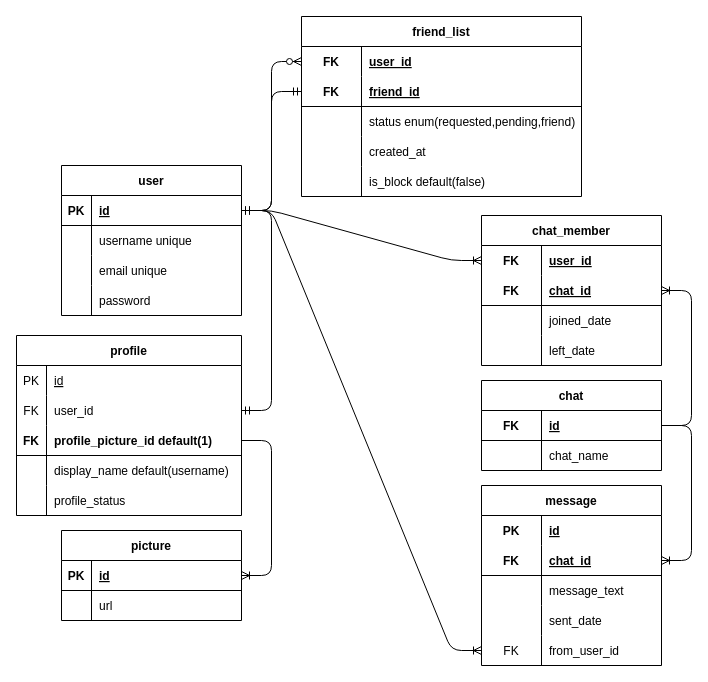
Earlier version of the draw.io diagram schema.drawio (papinwit-l/cc18_personal_project). Source tidied: cells renumbered, new cells numbered last; positions are measured from the earlier drawing's top-left corner, leaving out a move shared by most shapes. Both pictures are drawn from the tidied source at 100%, with x=0, y=0 at pixel (16, 16).
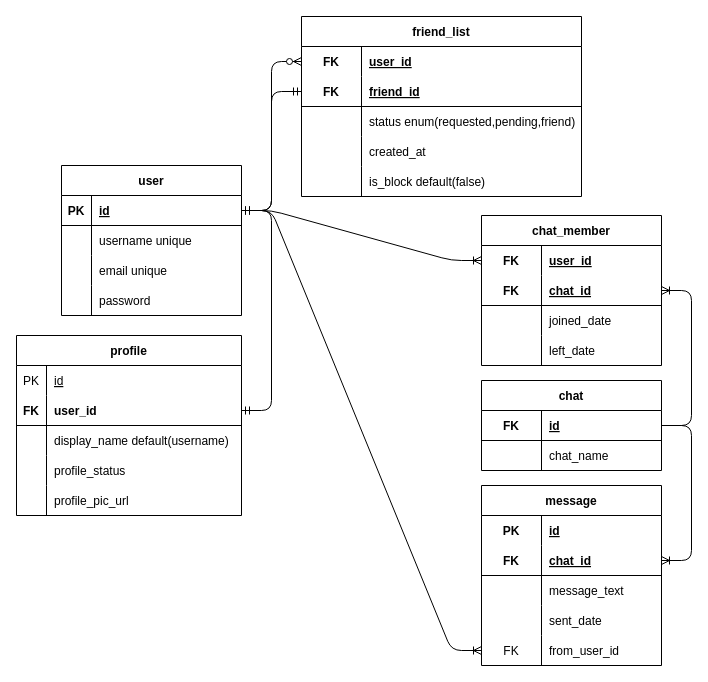
After the change.

Unchanged cells that the change refers to:
```xml
<mxCell id="3" style="shape=tableRow;horizontal=0;startSize=0;swimlaneHead=0;swimlaneBody=0;fillColor=none;points=[[0,0.5],[1,0.5]];portConstraint=eastwest;top=0;left=0;right=0;bottom=1;" parent="2" vertex="1">
  <mxGeometry y="30" width="180" height="30" as="geometry" />
</mxCell>
<mxCell id="15" value="profile" style="shape=table;startSize=30;childLayout=tableLayout;rowLines=0;fontStyle=1;align=center;" parent="1" vertex="1">
  <mxGeometry y="319" width="225" height="180" as="geometry" />
</mxCell>
```

What changed in the source:
```diff
@@
-    <mxCell id="19" style="shape=tableRow;horizontal=0;startSize=0;swimlaneHead=0;swimlaneBody=0;fillColor=none;points=[[0,0.5],[1,0.5]];portConstraint=eastwest;top=0;left=0;right=0;bottom=0;" parent="15" vertex="1">
-      <mxGeometry y="60" width="225" height="30" as="geometry" />
-    </mxCell>
-    <mxCell id="20" value="FK" style="shape=partialRectangle;fillColor=none;top=0;left=0;bottom=0;right=0;overflow=hidden;" parent="19" vertex="1">
-      <mxGeometry width="30" height="30" as="geometry" />
-    </mxCell>
-    <mxCell id="21" value="user_id" style="shape=partialRectangle;fillColor=none;top=0;left=0;bottom=0;right=0;align=left;spacingLeft=6;overflow=hidden;" parent="19" vertex="1">
-      <mxGeometry x="30" width="195" height="30" as="geometry" />
-    </mxCell>
     <mxCell id="22" style="shape=tableRow;horizontal=0;startSize=0;swimlaneHead=0;swimlaneBody=0;fillColor=none;points=[[0,0.5],[1,0.5]];portConstraint=eastwest;top=0;left=0;right=0;bottom=1;" parent="15" vertex="1">
-      <mxGeometry y="90" width="225" height="30" as="geometry" />
+      <mxGeometry y="60" width="225" height="30" as="geometry" />
     </mxCell>
@@
-    <mxCell id="24" value="profile_picture_id default(1)" style="shape=partialRectangle;fillColor=none;top=0;left=0;bottom=0;right=0;align=left;spacingLeft=6;fontStyle=1;overflow=hidden;" parent="22" vertex="1">
+    <mxCell id="24" value="user_id" style="shape=partialRectangle;fillColor=none;top=0;left=0;bottom=0;right=0;align=left;spacingLeft=6;fontStyle=1;overflow=hidden;" parent="22" vertex="1">
       <mxGeometry x="30" width="195" height="30" as="geometry" />
     </mxCell>
     <mxCell id="25" style="shape=tableRow;horizontal=0;startSize=0;swimlaneHead=0;swimlaneBody=0;fillColor=none;top=0;left=0;right=0;bottom=0;" parent="15" vertex="1">
-      <mxGeometry y="120" width="225" height="30" as="geometry" />
+      <mxGeometry y="90" width="225" height="30" as="geometry" />
     </mxCell>
@@
     <mxCell id="28" style="shape=tableRow;horizontal=0;startSize=0;swimlaneHead=0;swimlaneBody=0;fillColor=none;top=0;left=0;right=0;bottom=0;" parent="15" vertex="1">
-      <mxGeometry y="150" width="225" height="30" as="geometry" />
+      <mxGeometry y="120" width="225" height="30" as="geometry" />
     </mxCell>
@@
-    <mxCell id="31" style="edgeStyle=entityRelationEdgeStyle;fontSize=12;html=1;endArrow=ERmandOne;startArrow=ERmandOne;entryX=1;entryY=0.5;entryDx=0;entryDy=0;exitX=1;exitY=0.5;exitDx=0;exitDy=0;" parent="1" edge="1" source="19" target="3">
-      <mxGeometry relative="1" as="geometry" />
-    </mxCell>
-    <mxCell id="32" value="picture" style="shape=table;startSize=30;childLayout=tableLayout;rowLines=0;fontStyle=1;align=center;" parent="1" vertex="1">
-      <mxGeometry x="45" y="514" width="180" height="90" as="geometry" />
-    </mxCell>
-    <mxCell id="33" style="shape=tableRow;horizontal=0;startSize=0;swimlaneHead=0;swimlaneBody=0;fillColor=none;points=[[0,0.5],[1,0.5]];portConstraint=eastwest;top=0;left=0;right=0;bottom=1;" parent="32" vertex="1">
-      <mxGeometry y="30" width="180" height="30" as="geometry" />
-    </mxCell>
-    <mxCell id="34" value="PK" style="shape=partialRectangle;fillColor=none;top=0;left=0;bottom=0;right=0;fontStyle=1;overflow=hidden;" parent="33" vertex="1">
-      <mxGeometry width="30" height="30" as="geometry" />
-    </mxCell>
-    <mxCell id="35" value="id" style="shape=partialRectangle;fillColor=none;top=0;left=0;bottom=0;right=0;align=left;spacingLeft=6;fontStyle=5;overflow=hidden;" parent="33" vertex="1">
-      <mxGeometry x="30" width="150" height="30" as="geometry" />
-    </mxCell>
-    <mxCell id="36" style="shape=tableRow;horizontal=0;startSize=0;swimlaneHead=0;swimlaneBody=0;fillColor=none;top=0;left=0;right=0;bottom=0;" parent="32" vertex="1">
-      <mxGeometry y="60" width="180" height="30" as="geometry" />
-    </mxCell>
+    <mxCell id="98" style="shape=tableRow;horizontal=0;startSize=0;swimlaneHead=0;swimlaneBody=0;fillColor=none;top=0;left=0;right=0;bottom=0;" parent="15" vertex="1">
+      <mxGeometry y="150" width="225" height="30" as="geometry" />
+    </mxCell>
-    <mxCell id="37" style="shape=partialRectangle;fillColor=none;top=0;left=0;bottom=0;right=0;overflow=hidden;" parent="36" vertex="1">
+    <mxCell id="37" style="shape=partialRectangle;fillColor=none;top=0;left=0;bottom=0;right=0;overflow=hidden;" parent="98" vertex="1">
       <mxGeometry width="30" height="30" as="geometry" />
     </mxCell>
-    <mxCell id="38" value="url" style="shape=partialRectangle;fillColor=none;top=0;left=0;bottom=0;right=0;align=left;spacingLeft=6;overflow=hidden;" parent="36" vertex="1">
-      <mxGeometry x="30" width="150" height="30" as="geometry" />
-    </mxCell>
-    <mxCell id="39" style="edgeStyle=entityRelationEdgeStyle;fontSize=12;html=1;endArrow=ERoneToMany;exitX=1;exitY=0.5;exitDx=0;exitDy=0;entryX=1;entryY=0.5;entryDx=0;entryDy=0;" parent="1" edge="1" source="22" target="33">
-      <mxGeometry relative="1" as="geometry" />
-    </mxCell>
+    <mxCell id="99" value="profile_pic_url" style="shape=partialRectangle;fillColor=none;top=0;left=0;bottom=0;right=0;align=left;spacingLeft=6;overflow=hidden;" parent="98" vertex="1">
+      <mxGeometry x="30" width="195" height="30" as="geometry" />
+    </mxCell>
@@
+    <mxCell id="100" style="edgeStyle=entityRelationEdgeStyle;fontSize=12;html=1;endArrow=ERmandOne;startArrow=ERmandOne;exitX=1;exitY=0.5;exitDx=0;exitDy=0;" parent="1" edge="1" source="22" target="3">
+      <mxGeometry relative="1" as="geometry" />
+    </mxCell>
```
